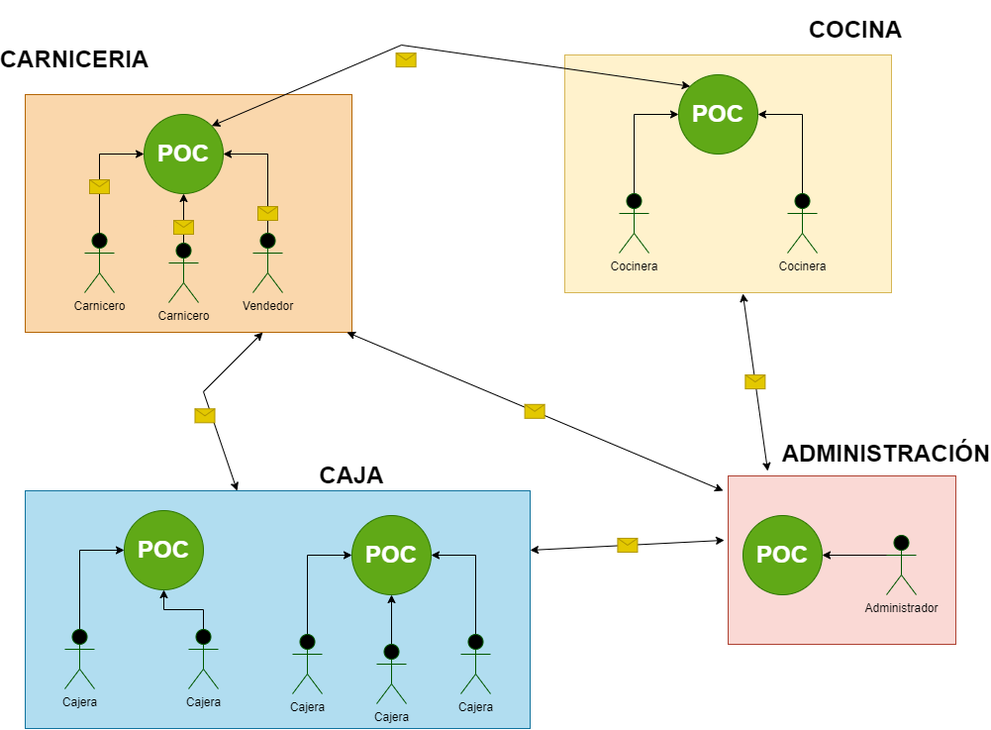
juanyacovino77/Factoria keeps this draw.io diagram as concepto.drawio.png. Above is the earlier version. Source tidied: cells renumbered, new cells last; positions are measured from the earlier drawing's top-left corner, leaving out a move shared by most shapes. Source of this version:
```xml
<mxGraphModel>
  <root>
    <mxCell id="0" />
    <mxCell id="1" parent="0" />
    <mxCell id="2" value="&lt;h1&gt;&lt;br&gt;&lt;/h1&gt;" style="rounded=0;whiteSpace=wrap;html=1;fillColor=#fad7ac;strokeColor=#b46504;" parent="1" vertex="1">
      <mxGeometry y="80" width="330" height="240" as="geometry" />
    </mxCell>
    <mxCell id="3" style="edgeStyle=orthogonalEdgeStyle;rounded=0;jettySize=auto;html=1;exitX=0.75;exitY=0.1;exitDx=0;exitDy=0;exitPerimeter=0;entryX=0;entryY=0.5;entryDx=0;entryDy=0;fontColor=#000000;" parent="1" edge="1" source="49" target="5">
      <mxGeometry relative="1" as="geometry">
        <Array as="points">
          <mxPoint x="75" y="140" />
        </Array>
      </mxGeometry>
    </mxCell>
    <mxCell id="4" value="&lt;font color=&quot;#000000&quot;&gt;Carnicero&lt;/font&gt;" style="shape=umlActor;verticalLabelPosition=bottom;verticalAlign=top;html=1;outlineConnect=0;fillColor=#000000;fontColor=#ffffff;strokeColor=#005700;shadow=0;gradientColor=none;sketch=0;" parent="1" vertex="1">
      <mxGeometry x="60" y="220" width="30" height="60" as="geometry" />
    </mxCell>
    <mxCell id="5" value="&lt;h1&gt;POC&lt;/h1&gt;" style="ellipse;whiteSpace=wrap;html=1;fillColor=#60a917;strokeColor=#2D7600;fontColor=#ffffff;" parent="1" vertex="1">
      <mxGeometry x="120" y="100" width="80" height="80" as="geometry" />
    </mxCell>
    <mxCell id="6" style="edgeStyle=orthogonalEdgeStyle;rounded=0;jettySize=auto;html=1;exitX=0.5;exitY=0;exitDx=0;exitDy=0;exitPerimeter=0;fontColor=#000000;" parent="1" edge="1" source="7" target="5">
      <mxGeometry relative="1" as="geometry" />
    </mxCell>
    <mxCell id="7" value="&lt;font color=&quot;#000000&quot;&gt;Carnicero&lt;/font&gt;" style="shape=umlActor;verticalLabelPosition=bottom;verticalAlign=top;html=1;outlineConnect=0;fillColor=#000000;fontColor=#ffffff;strokeColor=#005700;shadow=0;gradientColor=none;sketch=0;" parent="1" vertex="1">
      <mxGeometry x="145" y="230" width="30" height="60" as="geometry" />
    </mxCell>
    <mxCell id="8" style="edgeStyle=orthogonalEdgeStyle;rounded=0;jettySize=auto;html=1;exitX=0.5;exitY=0;exitDx=0;exitDy=0;exitPerimeter=0;entryX=1;entryY=0.5;entryDx=0;entryDy=0;fontColor=#000000;" parent="1" edge="1" source="9" target="5">
      <mxGeometry relative="1" as="geometry" />
    </mxCell>
    <mxCell id="9" value="&lt;font color=&quot;#000000&quot;&gt;Vendedor&lt;/font&gt;" style="shape=umlActor;verticalLabelPosition=bottom;verticalAlign=top;html=1;outlineConnect=0;fillColor=#000000;fontColor=#ffffff;strokeColor=#005700;shadow=0;gradientColor=none;sketch=0;" parent="1" vertex="1">
      <mxGeometry x="230" y="220" width="30" height="60" as="geometry" />
    </mxCell>
    <mxCell id="10" value="&lt;h1&gt;&lt;br&gt;&lt;/h1&gt;" style="rounded=0;whiteSpace=wrap;html=1;fillColor=#fff2cc;strokeColor=#d6b656;" parent="1" vertex="1">
      <mxGeometry x="545" y="40" width="330" height="240" as="geometry" />
    </mxCell>
    <mxCell id="11" style="edgeStyle=orthogonalEdgeStyle;rounded=0;jettySize=auto;html=1;exitX=0.75;exitY=0.1;exitDx=0;exitDy=0;exitPerimeter=0;entryX=0;entryY=0.5;entryDx=0;entryDy=0;fontColor=#000000;" parent="1" edge="1" source="12" target="13">
      <mxGeometry relative="1" as="geometry">
        <Array as="points">
          <mxPoint x="615" y="186" />
          <mxPoint x="615" y="100" />
        </Array>
      </mxGeometry>
    </mxCell>
    <mxCell id="12" value="&lt;font color=&quot;#000000&quot;&gt;Cocinera&lt;/font&gt;" style="shape=umlActor;verticalLabelPosition=bottom;verticalAlign=top;html=1;outlineConnect=0;fillColor=#000000;fontColor=#ffffff;strokeColor=#005700;shadow=0;gradientColor=none;sketch=0;noLabel=0;" parent="1" vertex="1">
      <mxGeometry x="600" y="180" width="30" height="60" as="geometry" />
    </mxCell>
    <mxCell id="13" value="&lt;h1&gt;POC&lt;/h1&gt;" style="ellipse;whiteSpace=wrap;html=1;fillColor=#60a917;fontColor=#ffffff;strokeColor=#2D7600;" parent="1" vertex="1">
      <mxGeometry x="660" y="60" width="80" height="80" as="geometry" />
    </mxCell>
    <mxCell id="14" style="edgeStyle=orthogonalEdgeStyle;rounded=0;jettySize=auto;html=1;exitX=0.5;exitY=0;exitDx=0;exitDy=0;exitPerimeter=0;entryX=1;entryY=0.5;entryDx=0;entryDy=0;fontColor=#000000;" parent="1" edge="1" source="15" target="13">
      <mxGeometry relative="1" as="geometry" />
    </mxCell>
    <mxCell id="15" value="&lt;font color=&quot;#000000&quot;&gt;Cocinera&lt;/font&gt;" style="shape=umlActor;verticalLabelPosition=bottom;verticalAlign=top;html=1;outlineConnect=0;fillColor=#000000;fontColor=#ffffff;strokeColor=#005700;shadow=0;gradientColor=none;sketch=0;" parent="1" vertex="1">
      <mxGeometry x="770" y="180" width="30" height="60" as="geometry" />
    </mxCell>
    <mxCell id="16" value="&lt;h1&gt;&lt;br&gt;&lt;/h1&gt;" style="rounded=0;whiteSpace=wrap;html=1;fillColor=#b1ddf0;strokeColor=#10739e;" parent="1" vertex="1">
      <mxGeometry y="480" width="510" height="240" as="geometry" />
    </mxCell>
    <mxCell id="17" style="edgeStyle=orthogonalEdgeStyle;rounded=0;jettySize=auto;html=1;exitX=0.75;exitY=0.1;exitDx=0;exitDy=0;exitPerimeter=0;entryX=0;entryY=0.5;entryDx=0;entryDy=0;fontColor=#000000;" parent="1" edge="1" source="18" target="19">
      <mxGeometry relative="1" as="geometry">
        <Array as="points">
          <mxPoint x="55" y="626" />
          <mxPoint x="55" y="540" />
        </Array>
      </mxGeometry>
    </mxCell>
    <mxCell id="18" value="&lt;font color=&quot;#000000&quot;&gt;Cajera&lt;/font&gt;" style="shape=umlActor;verticalLabelPosition=bottom;verticalAlign=top;html=1;outlineConnect=0;fillColor=#000000;fontColor=#ffffff;strokeColor=#005700;shadow=0;gradientColor=none;sketch=0;" parent="1" vertex="1">
      <mxGeometry x="40" y="620" width="30" height="60" as="geometry" />
    </mxCell>
    <mxCell id="19" value="&lt;h1&gt;POC&lt;/h1&gt;" style="ellipse;whiteSpace=wrap;html=1;fillColor=#60a917;fontColor=#ffffff;strokeColor=#2D7600;" parent="1" vertex="1">
      <mxGeometry x="100" y="500" width="80" height="80" as="geometry" />
    </mxCell>
    <mxCell id="20" style="edgeStyle=orthogonalEdgeStyle;rounded=0;jettySize=auto;html=1;exitX=0.5;exitY=0;exitDx=0;exitDy=0;exitPerimeter=0;fontColor=#000000;" parent="1" edge="1" source="21" target="19">
      <mxGeometry relative="1" as="geometry" />
    </mxCell>
    <mxCell id="21" value="&lt;font color=&quot;#000000&quot;&gt;Cajera&lt;/font&gt;" style="shape=umlActor;verticalLabelPosition=bottom;verticalAlign=top;html=1;outlineConnect=0;fillColor=#000000;fontColor=#ffffff;strokeColor=#005700;shadow=0;gradientColor=none;sketch=0;" parent="1" vertex="1">
      <mxGeometry x="165" y="620" width="30" height="60" as="geometry" />
    </mxCell>
    <mxCell id="22" style="edgeStyle=orthogonalEdgeStyle;rounded=0;jettySize=auto;html=1;exitX=0.75;exitY=0.1;exitDx=0;exitDy=0;exitPerimeter=0;entryX=0;entryY=0.5;entryDx=0;entryDy=0;fontColor=#000000;" parent="1" edge="1" source="23" target="24">
      <mxGeometry relative="1" as="geometry">
        <Array as="points">
          <mxPoint x="285" y="631" />
          <mxPoint x="285" y="545" />
        </Array>
      </mxGeometry>
    </mxCell>
    <mxCell id="23" value="&lt;font color=&quot;#000000&quot;&gt;Cajera&lt;/font&gt;" style="shape=umlActor;verticalLabelPosition=bottom;verticalAlign=top;html=1;outlineConnect=0;fillColor=#000000;fontColor=#ffffff;strokeColor=#005700;shadow=0;gradientColor=none;sketch=0;" parent="1" vertex="1">
      <mxGeometry x="270" y="625" width="30" height="60" as="geometry" />
    </mxCell>
    <mxCell id="24" value="&lt;h1&gt;POC&lt;/h1&gt;" style="ellipse;whiteSpace=wrap;html=1;fillColor=#60a917;fontColor=#ffffff;strokeColor=#2D7600;" parent="1" vertex="1">
      <mxGeometry x="330" y="505" width="80" height="80" as="geometry" />
    </mxCell>
    <mxCell id="25" style="edgeStyle=orthogonalEdgeStyle;rounded=0;jettySize=auto;html=1;exitX=0.5;exitY=0;exitDx=0;exitDy=0;exitPerimeter=0;fontColor=#000000;" parent="1" edge="1" source="26" target="24">
      <mxGeometry relative="1" as="geometry" />
    </mxCell>
    <mxCell id="26" value="&lt;font color=&quot;#000000&quot;&gt;Cajera&lt;/font&gt;" style="shape=umlActor;verticalLabelPosition=bottom;verticalAlign=top;html=1;outlineConnect=0;fillColor=#000000;fontColor=#ffffff;strokeColor=#005700;shadow=0;gradientColor=none;sketch=0;" parent="1" vertex="1">
      <mxGeometry x="355" y="635" width="30" height="60" as="geometry" />
    </mxCell>
    <mxCell id="27" style="edgeStyle=orthogonalEdgeStyle;rounded=0;jettySize=auto;html=1;exitX=0.5;exitY=0;exitDx=0;exitDy=0;exitPerimeter=0;entryX=1;entryY=0.5;entryDx=0;entryDy=0;fontColor=#000000;" parent="1" edge="1" source="28" target="24">
      <mxGeometry relative="1" as="geometry" />
    </mxCell>
    <mxCell id="28" value="&lt;font color=&quot;#000000&quot;&gt;Cajera&lt;/font&gt;" style="shape=umlActor;verticalLabelPosition=bottom;verticalAlign=top;html=1;outlineConnect=0;fillColor=#000000;fontColor=#ffffff;strokeColor=#005700;shadow=0;gradientColor=none;sketch=0;" parent="1" vertex="1">
      <mxGeometry x="440" y="625" width="30" height="60" as="geometry" />
    </mxCell>
    <mxCell id="29" value="&lt;h1&gt;&lt;br&gt;&lt;/h1&gt;" style="rounded=0;whiteSpace=wrap;html=1;fillColor=#fad9d5;strokeColor=#ae4132;" parent="1" vertex="1">
      <mxGeometry x="710" y="465" width="230" height="170" as="geometry" />
    </mxCell>
    <mxCell id="30" value="&lt;h1&gt;POC&lt;/h1&gt;" style="ellipse;whiteSpace=wrap;html=1;fillColor=#60a917;fontColor=#ffffff;strokeColor=#2D7600;" parent="1" vertex="1">
      <mxGeometry x="725" y="505" width="80" height="80" as="geometry" />
    </mxCell>
    <mxCell id="31" style="edgeStyle=orthogonalEdgeStyle;rounded=0;jettySize=auto;html=1;exitX=0.5;exitY=0;exitDx=0;exitDy=0;exitPerimeter=0;entryX=1;entryY=0.5;entryDx=0;entryDy=0;fontColor=#000000;" parent="1" edge="1" source="32" target="30">
      <mxGeometry relative="1" as="geometry">
        <Array as="points">
          <mxPoint x="885" y="545" />
        </Array>
      </mxGeometry>
    </mxCell>
    <mxCell id="32" value="&lt;font color=&quot;#000000&quot;&gt;Administrador&lt;/font&gt;" style="shape=umlActor;verticalLabelPosition=bottom;verticalAlign=top;html=1;outlineConnect=0;fillColor=#000000;fontColor=#ffffff;strokeColor=#005700;shadow=0;gradientColor=none;sketch=0;" parent="1" vertex="1">
      <mxGeometry x="870" y="525" width="30" height="60" as="geometry" />
    </mxCell>
    <mxCell id="33" style="endArrow=classic;html=1;rounded=0;fontColor=#000000;entryX=0;entryY=0;entryDx=0;entryDy=0;startArrow=classic;startFill=1;exitX=1;exitY=0;exitDx=0;exitDy=0;" parent="1" edge="1" source="5" target="13">
      <mxGeometry relative="1" as="geometry">
        <Array as="points">
          <mxPoint x="380" y="30" />
        </Array>
      </mxGeometry>
    </mxCell>
    <mxCell id="34" style="shape=message;html=1;shadow=0;sketch=0;fillColor=#e3c800;strokeColor=#B09500;fontColor=#000000;" parent="33" vertex="1">
      <mxGeometry width="20" height="14" relative="1" as="geometry">
        <mxPoint x="-48" y="2" as="offset" />
      </mxGeometry>
    </mxCell>
    <mxCell id="35" style="endArrow=classic;html=1;rounded=0;fontColor=#000000;startArrow=classic;startFill=1;" parent="1" edge="1" target="16">
      <mxGeometry relative="1" as="geometry">
        <mxPoint x="240" y="320" as="sourcePoint" />
        <Array as="points">
          <mxPoint x="240" y="320" />
          <mxPoint x="180" y="380" />
        </Array>
      </mxGeometry>
    </mxCell>
    <mxCell id="36" style="shape=message;html=1;shadow=0;sketch=0;fontColor=#000000;fillColor=#e3c800;strokeColor=#B09500;" parent="35" vertex="1">
      <mxGeometry width="20" height="14" relative="1" as="geometry">
        <mxPoint x="-12" y="7" as="offset" />
      </mxGeometry>
    </mxCell>
    <mxCell id="37" style="endArrow=classic;html=1;rounded=0;fontColor=#000000;startFill=1;startArrow=classic;entryX=-0.022;entryY=0.088;entryDx=0;entryDy=0;entryPerimeter=0;" parent="1" edge="1" target="29">
      <mxGeometry relative="1" as="geometry">
        <mxPoint x="325" y="320" as="sourcePoint" />
        <Array as="points">
          <mxPoint x="325" y="320" />
        </Array>
      </mxGeometry>
    </mxCell>
    <mxCell id="38" style="shape=message;html=1;shadow=0;sketch=0;fontColor=#000000;fillColor=#e3c800;strokeColor=#B09500;" parent="37" vertex="1">
      <mxGeometry width="20" height="14" relative="1" as="geometry">
        <mxPoint x="-10" y="-7" as="offset" />
      </mxGeometry>
    </mxCell>
    <mxCell id="39" style="endArrow=classic;html=1;rounded=0;fontColor=#000000;startFill=1;startArrow=classic;exitX=1;exitY=0.25;exitDx=0;exitDy=0;entryX=-0.017;entryY=0.382;entryDx=0;entryDy=0;entryPerimeter=0;" parent="1" edge="1" source="16" target="29">
      <mxGeometry relative="1" as="geometry" />
    </mxCell>
    <mxCell id="40" style="shape=message;html=1;shadow=0;sketch=0;fontColor=#000000;fillColor=#e3c800;strokeColor=#B09500;" parent="39" vertex="1">
      <mxGeometry width="20" height="14" relative="1" as="geometry">
        <mxPoint x="-10" y="-7" as="offset" />
      </mxGeometry>
    </mxCell>
    <mxCell id="41" style="endArrow=classic;html=1;rounded=0;fontColor=#000000;startFill=1;startArrow=classic;exitX=0.545;exitY=1.004;exitDx=0;exitDy=0;exitPerimeter=0;" parent="1" edge="1" source="10">
      <mxGeometry relative="1" as="geometry">
        <mxPoint x="750" y="460" as="targetPoint" />
      </mxGeometry>
    </mxCell>
    <mxCell id="42" style="shape=message;html=1;shadow=0;sketch=0;fontColor=#000000;fillColor=#e3c800;strokeColor=#B09500;" parent="41" vertex="1">
      <mxGeometry width="20" height="14" relative="1" as="geometry">
        <mxPoint x="-10" y="-7" as="offset" />
      </mxGeometry>
    </mxCell>
    <mxCell id="43" value="&lt;h1&gt;&lt;b&gt;CARNICERIA&lt;/b&gt;&lt;/h1&gt;" style="text;html=1;strokeColor=none;fillColor=none;align=center;verticalAlign=middle;whiteSpace=wrap;rounded=0;shadow=0;sketch=0;fontColor=#000000;" parent="1" vertex="1">
      <mxGeometry x="20" y="30" width="60" height="30" as="geometry" />
    </mxCell>
    <mxCell id="44" value="&lt;h1&gt;COCINA&lt;/h1&gt;" style="text;html=1;strokeColor=none;fillColor=none;align=center;verticalAlign=middle;whiteSpace=wrap;rounded=0;shadow=0;sketch=0;fontColor=#000000;" parent="1" vertex="1">
      <mxGeometry x="808.8" width="60" height="30" as="geometry" />
    </mxCell>
    <mxCell id="45" value="&lt;h1&gt;&lt;b&gt;ADMINISTRACIÓN&lt;/b&gt;&lt;/h1&gt;&lt;div&gt;&lt;b&gt;&lt;br&gt;&lt;/b&gt;&lt;/div&gt;" style="text;html=1;strokeColor=none;fillColor=none;align=center;verticalAlign=middle;whiteSpace=wrap;rounded=0;shadow=0;sketch=0;fontColor=#000000;" parent="1" vertex="1">
      <mxGeometry x="840" y="435" width="60" height="30" as="geometry" />
    </mxCell>
    <mxCell id="46" value="&lt;h1&gt;&lt;b&gt;CAJA&lt;/b&gt;&lt;/h1&gt;" style="text;html=1;strokeColor=none;fillColor=none;align=center;verticalAlign=middle;whiteSpace=wrap;rounded=0;shadow=0;sketch=0;fontColor=#000000;" parent="1" vertex="1">
      <mxGeometry x="300" y="450" width="60" height="30" as="geometry" />
    </mxCell>
    <mxCell id="47" style="shape=message;html=1;shadow=0;sketch=0;fillColor=#e3c800;strokeColor=#B09500;fontColor=#000000;" parent="1" vertex="1">
      <mxGeometry x="235" y="193" width="20" height="14" as="geometry" />
    </mxCell>
    <mxCell id="48" style="edgeStyle=orthogonalEdgeStyle;rounded=0;jettySize=auto;html=1;exitX=0.75;exitY=0.1;exitDx=0;exitDy=0;exitPerimeter=0;entryX=0;entryY=0.5;entryDx=0;entryDy=0;fontColor=#000000;" parent="1" edge="1" source="4" target="49">
      <mxGeometry relative="1" as="geometry">
        <Array as="points">
          <mxPoint x="75" y="226" />
        </Array>
      </mxGeometry>
    </mxCell>
    <mxCell id="49" style="shape=message;html=1;outlineConnect=0;shadow=0;sketch=0;fillColor=#e3c800;strokeColor=#B09500;fontColor=#000000;" parent="1" vertex="1">
      <mxGeometry x="65" y="166" width="20" height="14" as="geometry" />
    </mxCell>
    <mxCell id="50" style="shape=message;html=1;shadow=0;sketch=0;fillColor=#e3c800;strokeColor=#B09500;fontColor=#000000;" parent="1" vertex="1">
      <mxGeometry x="150" y="207" width="20" height="14" as="geometry" />
    </mxCell>
  </root>
</mxGraphModel>
```
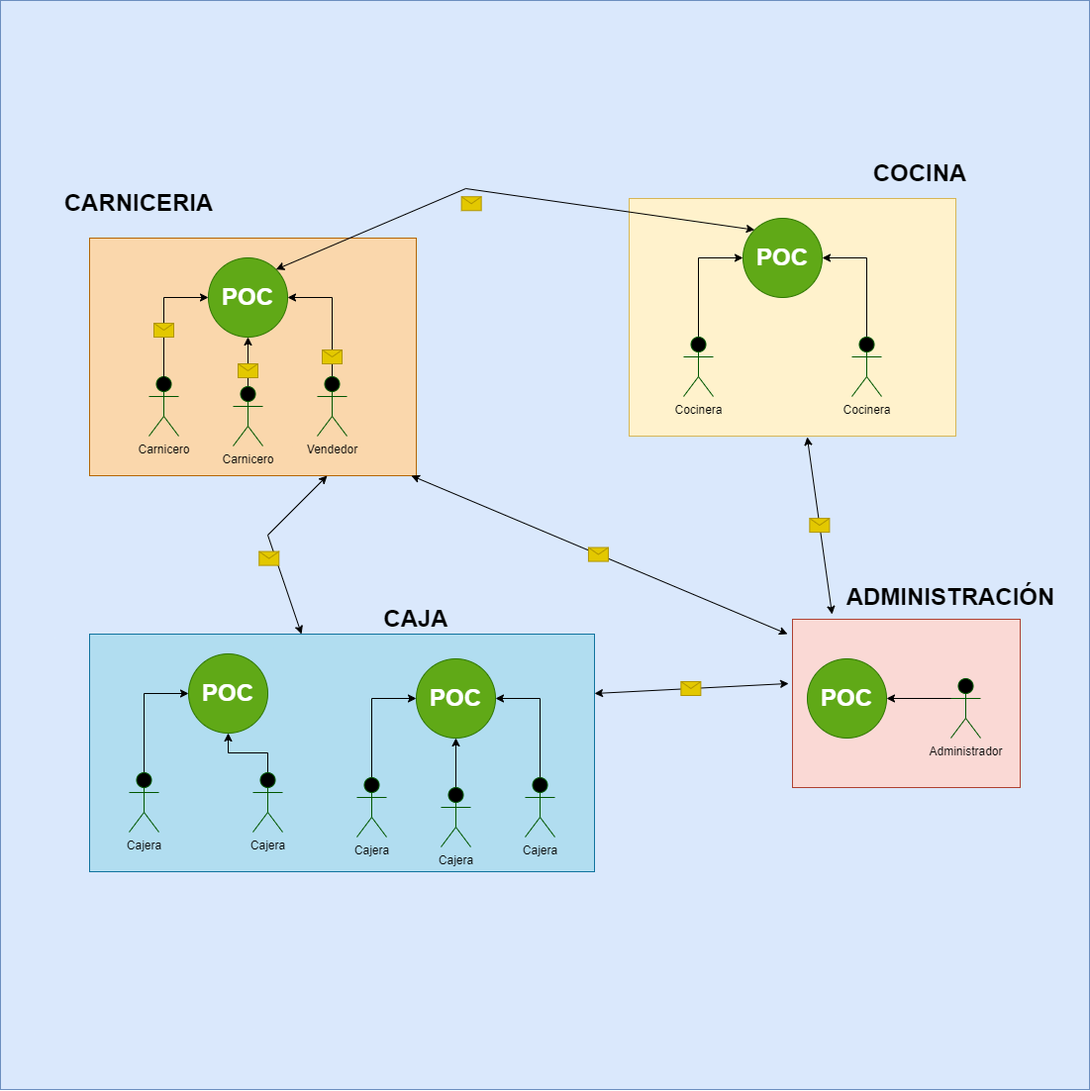
Above is the later version.

Change to the diagram source:
```diff
@@ -2,6 +2,9 @@
   <root>
     <mxCell id="0" />
     <mxCell id="1" parent="0" />
+    <mxCell id="51" style="whiteSpace=wrap;html=1;fillColor=#dae8fc;strokeColor=#6c8ebf;" parent="1" vertex="1">
+      <mxGeometry x="-90" y="-160" width="1100" height="1100" as="geometry" />
+    </mxCell>
     <mxCell id="2" value="&lt;h1&gt;&lt;br&gt;&lt;/h1&gt;" style="rounded=0;whiteSpace=wrap;html=1;fillColor=#fad7ac;strokeColor=#b46504;" parent="1" vertex="1">
       <mxGeometry y="80" width="330" height="240" as="geometry" />
     </mxCell>
```
